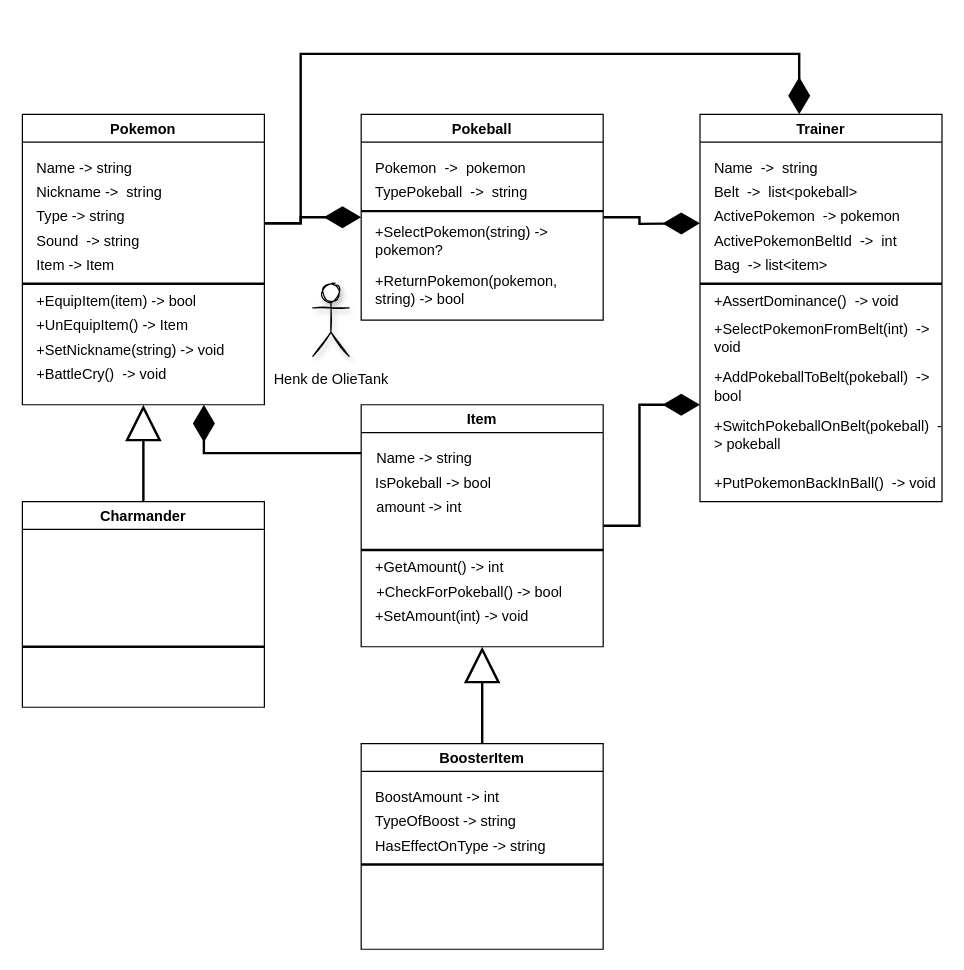
The draw.io diagram Pokemon-Battle-Sim/class diagram.drawio in oldmartijntje/Pokemon-Battle-Simulator, before the edit. Source tidied: cells renumbered, new cells numbered last; positions are measured from the earlier drawing's top-left corner, leaving out a move shared by most shapes. Both pictures are drawn from the tidied source at 121%, with x=0, y=0 at pixel (22, 53).
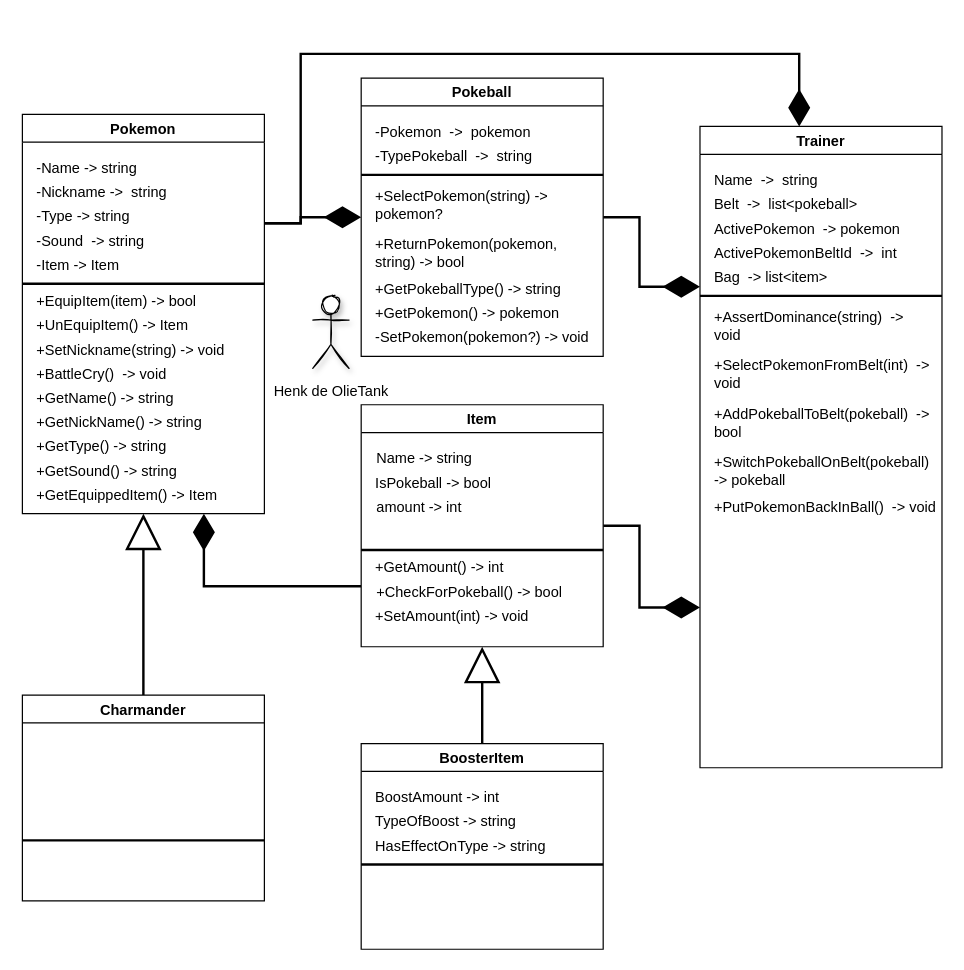
Above is the later version.

Unchanged cells that the change refers to:
```xml
<mxCell id="40" value="Item" style="swimlane;fillStyle=auto;fillColor=default;swimlaneFillColor=default;" parent="1" vertex="1">
  <mxGeometry x="280" y="290" width="200" height="200" as="geometry" />
</mxCell>
```

Change to the diagram source:
```diff
@@
-    <mxCell id="2" style="edgeStyle=orthogonalEdgeStyle;rounded=0;jettySize=auto;html=1;entryX=0;entryY=0.5;entryDx=0;entryDy=0;strokeWidth=2;endArrow=diamondThin;endFill=1;startSize=25;endSize=25;" parent="1" edge="1" target="16">
+    <mxCell id="2" style="edgeStyle=orthogonalEdgeStyle;rounded=0;orthogonalLoop=1;jettySize=auto;html=1;strokeWidth=2;endArrow=diamondThin;endFill=1;startSize=25;endSize=25;" parent="1" edge="1">
       <mxGeometry relative="1" as="geometry">
         <mxPoint x="200" y="140" as="sourcePoint" />
+        <mxPoint x="280" y="135" as="targetPoint" />
         <Array as="points">
           <mxPoint x="200" y="140" />
           <mxPoint x="230" y="140" />
           <mxPoint x="230" y="135" />
         </Array>
       </mxGeometry>
     </mxCell>
@@
     <mxCell id="4" value="Pokemon" style="swimlane;fillStyle=auto;fillColor=default;swimlaneFillColor=default;" parent="1" vertex="1">
-      <mxGeometry y="50" width="200" height="240" as="geometry" />
+      <mxGeometry y="50" width="200" height="330" as="geometry" />
     </mxCell>
-    <mxCell id="5" value="Name -&amp;gt; string" style="text;html=1;strokeColor=none;fillColor=none;align=left;verticalAlign=middle;whiteSpace=wrap;rounded=0;fillStyle=auto;" parent="4" vertex="1">
+    <mxCell id="5" value="-Name -&amp;gt; string" style="text;html=1;strokeColor=none;fillColor=none;align=left;verticalAlign=middle;whiteSpace=wrap;rounded=0;fillStyle=auto;" parent="4" vertex="1">
       <mxGeometry x="10" y="30" width="180" height="30" as="geometry" />
     </mxCell>
-    <mxCell id="6" value="Nickname&amp;nbsp;-&amp;gt;&amp;nbsp; string" style="text;html=1;strokeColor=none;fillColor=none;align=left;verticalAlign=middle;whiteSpace=wrap;rounded=0;fillStyle=auto;" parent="4" vertex="1">
+    <mxCell id="6" value="-Nickname&amp;nbsp;-&amp;gt;&amp;nbsp; string" style="text;html=1;strokeColor=none;fillColor=none;align=left;verticalAlign=middle;whiteSpace=wrap;rounded=0;fillStyle=auto;" parent="4" vertex="1">
       <mxGeometry x="10" y="50" width="180" height="30" as="geometry" />
     </mxCell>
-    <mxCell id="7" value="Type&amp;nbsp;-&amp;gt; string" style="text;html=1;strokeColor=none;fillColor=none;align=left;verticalAlign=middle;whiteSpace=wrap;rounded=0;fillStyle=auto;" parent="4" vertex="1">
+    <mxCell id="7" value="-Type&amp;nbsp;-&amp;gt; string" style="text;html=1;strokeColor=none;fillColor=none;align=left;verticalAlign=middle;whiteSpace=wrap;rounded=0;fillStyle=auto;" parent="4" vertex="1">
       <mxGeometry x="10" y="70" width="180" height="30" as="geometry" />
     </mxCell>
-    <mxCell id="8" value="Sound&amp;nbsp;&amp;nbsp;-&amp;gt; string" style="text;html=1;strokeColor=none;fillColor=none;align=left;verticalAlign=middle;whiteSpace=wrap;rounded=0;fillStyle=auto;" parent="4" vertex="1">
+    <mxCell id="8" value="-Sound&amp;nbsp;&amp;nbsp;-&amp;gt; string" style="text;html=1;strokeColor=none;fillColor=none;align=left;verticalAlign=middle;whiteSpace=wrap;rounded=0;fillStyle=auto;" parent="4" vertex="1">
       <mxGeometry x="10" y="90" width="180" height="30" as="geometry" />
     </mxCell>
@@
-    <mxCell id="14" value="Item -&amp;gt; Item" style="text;html=1;strokeColor=none;fillColor=none;align=left;verticalAlign=middle;whiteSpace=wrap;rounded=0;fillStyle=auto;" parent="4" vertex="1">
+    <mxCell id="14" value="-Item -&amp;gt; Item" style="text;html=1;strokeColor=none;fillColor=none;align=left;verticalAlign=middle;whiteSpace=wrap;rounded=0;fillStyle=auto;" parent="4" vertex="1">
       <mxGeometry x="10" y="110" width="180" height="30" as="geometry" />
     </mxCell>
+    <mxCell id="54" value="+GetName() -&amp;gt; string" style="text;html=1;strokeColor=none;fillColor=none;align=left;verticalAlign=middle;whiteSpace=wrap;rounded=0;fillStyle=auto;" parent="4" vertex="1">
+      <mxGeometry x="10" y="220" width="180" height="30" as="geometry" />
+    </mxCell>
+    <mxCell id="55" value="+GetNickName() -&amp;gt; string" style="text;html=1;strokeColor=none;fillColor=none;align=left;verticalAlign=middle;whiteSpace=wrap;rounded=0;fillStyle=auto;" parent="4" vertex="1">
+      <mxGeometry x="10" y="240" width="180" height="30" as="geometry" />
+    </mxCell>
+    <mxCell id="56" value="+GetType() -&amp;gt; string" style="text;html=1;strokeColor=none;fillColor=none;align=left;verticalAlign=middle;whiteSpace=wrap;rounded=0;fillStyle=auto;" parent="4" vertex="1">
+      <mxGeometry x="10" y="260" width="180" height="30" as="geometry" />
+    </mxCell>
+    <mxCell id="57" value="+GetSound() -&amp;gt; string" style="text;html=1;strokeColor=none;fillColor=none;align=left;verticalAlign=middle;whiteSpace=wrap;rounded=0;fillStyle=auto;" parent="4" vertex="1">
+      <mxGeometry x="10" y="280" width="180" height="30" as="geometry" />
+    </mxCell>
+    <mxCell id="58" value="+GetEquippedItem() -&amp;gt; Item" style="text;html=1;strokeColor=none;fillColor=none;align=left;verticalAlign=middle;whiteSpace=wrap;rounded=0;fillStyle=auto;" parent="4" vertex="1">
+      <mxGeometry x="10" y="300" width="180" height="30" as="geometry" />
+    </mxCell>
-    <mxCell id="15" style="edgeStyle=orthogonalEdgeStyle;rounded=0;jettySize=auto;html=1;strokeWidth=2;endArrow=diamondThin;endFill=1;startSize=25;endSize=25;" parent="1" edge="1" source="16">
-      <mxGeometry relative="1" as="geometry">
-        <mxPoint x="560" y="140" as="targetPoint" />
-      </mxGeometry>
+    <mxCell id="15" style="edgeStyle=orthogonalEdgeStyle;rounded=0;jettySize=auto;html=1;strokeWidth=2;endArrow=diamondThin;endFill=1;startSize=25;endSize=25;entryX=0;entryY=0.25;entryDx=0;entryDy=0;" parent="1" edge="1" source="16" target="23">
+      <mxGeometry relative="1" as="geometry" />
     </mxCell>
     <mxCell id="16" value="Pokeball" style="swimlane;fillStyle=auto;fillColor=default;swimlaneFillColor=default;" parent="1" vertex="1">
-      <mxGeometry x="280" y="50" width="200" height="170" as="geometry" />
+      <mxGeometry x="280" y="20" width="200" height="230" as="geometry" />
     </mxCell>
-    <mxCell id="17" value="Pokemon&amp;nbsp;&amp;nbsp;-&amp;gt;&amp;nbsp; pokemon" style="text;html=1;strokeColor=none;fillColor=none;align=left;verticalAlign=middle;whiteSpace=wrap;rounded=0;fillStyle=auto;" parent="16" vertex="1">
+    <mxCell id="17" value="-Pokemon&amp;nbsp;&amp;nbsp;-&amp;gt;&amp;nbsp; pokemon" style="text;html=1;strokeColor=none;fillColor=none;align=left;verticalAlign=middle;whiteSpace=wrap;rounded=0;fillStyle=auto;" parent="16" vertex="1">
       <mxGeometry x="10" y="30" width="180" height="30" as="geometry" />
     </mxCell>
-    <mxCell id="18" value="TypePokeball&amp;nbsp;&amp;nbsp;-&amp;gt;&amp;nbsp; string" style="text;html=1;strokeColor=none;fillColor=none;align=left;verticalAlign=middle;whiteSpace=wrap;rounded=0;fillStyle=auto;" parent="16" vertex="1">
+    <mxCell id="18" value="-TypePokeball&amp;nbsp;&amp;nbsp;-&amp;gt;&amp;nbsp; string" style="text;html=1;strokeColor=none;fillColor=none;align=left;verticalAlign=middle;whiteSpace=wrap;rounded=0;fillStyle=auto;" parent="16" vertex="1">
       <mxGeometry x="10" y="50" width="180" height="30" as="geometry" />
     </mxCell>
@@
+    <mxCell id="59" value="+GetPokeballType() -&amp;gt; string" style="text;html=1;strokeColor=none;fillColor=none;align=left;verticalAlign=middle;whiteSpace=wrap;rounded=0;fillStyle=auto;" parent="16" vertex="1">
+      <mxGeometry x="10" y="160" width="180" height="30" as="geometry" />
+    </mxCell>
+    <mxCell id="60" value="+GetPokemon() -&amp;gt; pokemon" style="text;html=1;strokeColor=none;fillColor=none;align=left;verticalAlign=middle;whiteSpace=wrap;rounded=0;fillStyle=auto;" parent="16" vertex="1">
+      <mxGeometry x="10" y="180" width="180" height="30" as="geometry" />
+    </mxCell>
+    <mxCell id="61" value="-SetPokemon(pokemon?) -&amp;gt; void" style="text;html=1;strokeColor=none;fillColor=none;align=left;verticalAlign=middle;whiteSpace=wrap;rounded=0;fillStyle=auto;" parent="16" vertex="1">
+      <mxGeometry x="10" y="200" width="180" height="30" as="geometry" />
+    </mxCell>
     <mxCell id="22" value="&lt;p style=&quot;line-height: 0;&quot;&gt;Henk de OlieTank&lt;/p&gt;" style="shape=umlActor;verticalLabelPosition=bottom;verticalAlign=top;html=1;fillStyle=auto;fillColor=default;strokeWidth=1;perimeterSpacing=0;shadow=1;sketch=1;" parent="1" vertex="1">
-      <mxGeometry x="240" y="190" width="30" height="60" as="geometry" />
+      <mxGeometry x="240" y="200" width="30" height="60" as="geometry" />
     </mxCell>
     <mxCell id="23" value="Trainer" style="swimlane;fillStyle=auto;fillColor=default;swimlaneFillColor=default;" parent="1" vertex="1">
-      <mxGeometry x="560" y="50" width="200" height="320" as="geometry" />
+      <mxGeometry x="560" y="60" width="200" height="530" as="geometry" />
     </mxCell>
@@
     <mxCell id="27" value="+SelectPokemonFromBelt(int)&amp;nbsp;&amp;nbsp;-&amp;gt; void" style="text;html=1;strokeColor=none;fillColor=none;align=left;verticalAlign=middle;whiteSpace=wrap;rounded=0;fillStyle=auto;" parent="23" vertex="1">
-      <mxGeometry x="10" y="170" width="190" height="30" as="geometry" />
+      <mxGeometry x="10" y="190" width="190" height="30" as="geometry" />
     </mxCell>
-    <mxCell id="28" value="+AssertDominance()&amp;nbsp;&amp;nbsp;-&amp;gt; void" style="text;html=1;strokeColor=none;fillColor=none;align=left;verticalAlign=middle;whiteSpace=wrap;rounded=0;fillStyle=auto;" parent="23" vertex="1">
-      <mxGeometry x="10" y="140" width="180" height="30" as="geometry" />
+    <mxCell id="28" value="+AssertDominance(string)&amp;nbsp;&amp;nbsp;-&amp;gt; void" style="text;html=1;strokeColor=none;fillColor=none;align=left;verticalAlign=middle;whiteSpace=wrap;rounded=0;fillStyle=auto;" parent="23" vertex="1">
+      <mxGeometry x="10" y="150" width="180" height="30" as="geometry" />
     </mxCell>
@@
     <mxCell id="32" value="+AddPokeballToBelt(pokeball)&amp;nbsp;&amp;nbsp;-&amp;gt; bool" style="text;html=1;strokeColor=none;fillColor=none;align=left;verticalAlign=middle;whiteSpace=wrap;rounded=0;fillStyle=auto;" parent="23" vertex="1">
-      <mxGeometry x="10" y="210" width="190" height="30" as="geometry" />
+      <mxGeometry x="10" y="230" width="190" height="30" as="geometry" />
     </mxCell>
-    <mxCell id="33" value="+SwitchPokeballOnBelt(pokeball)&amp;nbsp;&amp;nbsp;-&amp;gt; pokeball" style="text;html=1;strokeColor=none;fillColor=none;align=left;verticalAlign=middle;whiteSpace=wrap;rounded=0;fillStyle=auto;" parent="23" vertex="1">
-      <mxGeometry x="10" y="250" width="190" height="30" as="geometry" />
+    <mxCell id="33" value="+SwitchPokeballOnBelt(pokeball)&amp;nbsp;&amp;nbsp;&lt;br&gt;-&amp;gt; pokeball" style="text;html=1;strokeColor=none;fillColor=none;align=left;verticalAlign=middle;whiteSpace=wrap;rounded=0;fillStyle=auto;" parent="23" vertex="1">
+      <mxGeometry x="10" y="270" width="180" height="30" as="geometry" />
     </mxCell>
     <mxCell id="34" value="+PutPokemonBackInBall()&amp;nbsp;&amp;nbsp;-&amp;gt; void" style="text;html=1;strokeColor=none;fillColor=none;align=left;verticalAlign=middle;whiteSpace=wrap;rounded=0;fillStyle=auto;" parent="23" vertex="1">
-      <mxGeometry x="10" y="290" width="190" height="30" as="geometry" />
+      <mxGeometry x="10" y="300" width="190" height="30" as="geometry" />
     </mxCell>
@@
     <mxCell id="36" value="Charmander" style="swimlane;fillStyle=auto;fillColor=default;swimlaneFillColor=default;" parent="1" vertex="1">
-      <mxGeometry y="370" width="200" height="170" as="geometry" />
+      <mxGeometry y="530" width="200" height="170" as="geometry" />
     </mxCell>
@@
     <mxCell id="39" style="edgeStyle=orthogonalEdgeStyle;rounded=0;jettySize=auto;html=1;strokeWidth=2;endArrow=diamondThin;endFill=1;startSize=25;endSize=25;entryX=0.75;entryY=1;entryDx=0;entryDy=0;" parent="1" edge="1" source="40" target="4">
       <mxGeometry relative="1" as="geometry">
         <Array as="points">
-          <mxPoint x="150" y="330" />
+          <mxPoint x="150" y="440" />
         </Array>
       </mxGeometry>
     </mxCell>
```
